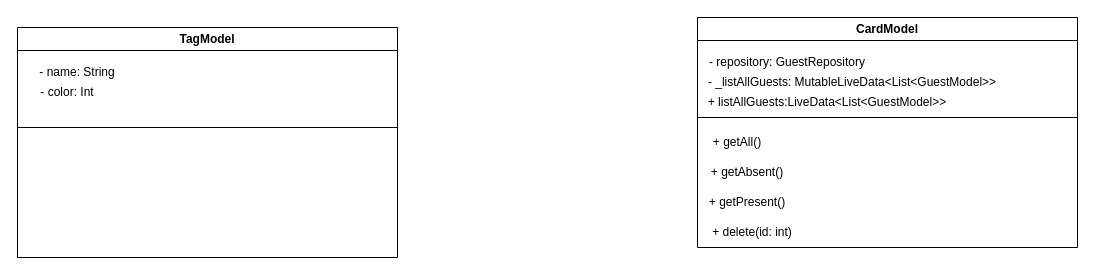
Earlier version of the draw.io diagram Diagrama sem nome.drawio (Carlosstorari/apiFinancas). Source tidied: cells renumbered, new cells numbered last; positions are measured from the earlier drawing's top-left corner, leaving out a move shared by most shapes. Both pictures are drawn from the tidied source at 100%, with x=0, y=0 at pixel (17, 17).
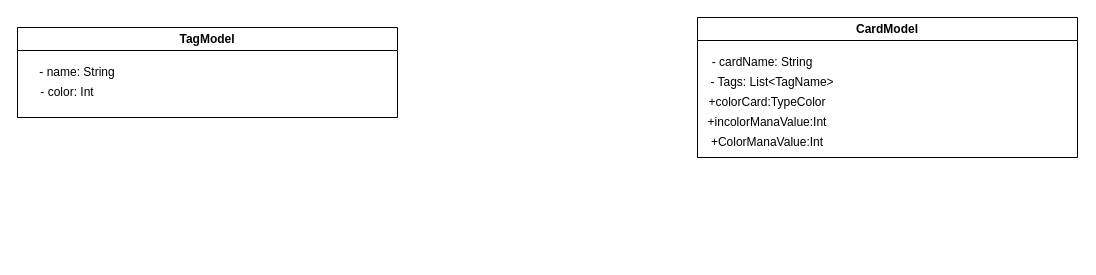
Above is the later version.

Change to the diagram source:
```diff
@@
 <mxGraphModel>
   <root>
     <mxCell id="0" />
     <mxCell id="1" parent="0" />
     <mxCell id="2" value="TagModel" style="swimlane;whiteSpace=wrap;html=1;" parent="1" vertex="1">
-      <mxGeometry y="10" width="380" height="230" as="geometry" />
+      <mxGeometry y="10" width="380" height="90" as="geometry" />
     </mxCell>
     <mxCell id="3" value="- name: String" style="text;html=1;strokeColor=none;fillColor=none;align=center;verticalAlign=middle;whiteSpace=wrap;rounded=0;" parent="2" vertex="1">
       <mxGeometry y="30" width="120" height="30" as="geometry" />
     </mxCell>
     <mxCell id="4" value="- color: Int" style="text;html=1;strokeColor=none;fillColor=none;align=center;verticalAlign=middle;whiteSpace=wrap;rounded=0;" parent="2" vertex="1">
       <mxGeometry y="50" width="100" height="30" as="geometry" />
     </mxCell>
-    <mxCell id="5" style="endArrow=none;html=1;rounded=0;exitX=0.037;exitY=1;exitDx=0;exitDy=0;exitPerimeter=0;" parent="1" edge="1">
-      <mxGeometry relative="1" as="geometry">
-        <mxPoint x="0.4" y="110" as="sourcePoint" />
-        <mxPoint x="380" y="110" as="targetPoint" />
-      </mxGeometry>
-    </mxCell>
     <mxCell id="6" value="CardModel" style="swimlane;whiteSpace=wrap;html=1;" parent="1" vertex="1">
-      <mxGeometry x="680" width="380" height="230" as="geometry" />
+      <mxGeometry x="680" width="380" height="140" as="geometry" />
     </mxCell>
-    <mxCell id="7" value="- repository: GuestRepository" style="text;html=1;strokeColor=none;fillColor=none;align=center;verticalAlign=middle;whiteSpace=wrap;rounded=0;" parent="6" vertex="1">
-      <mxGeometry y="30" width="180" height="30" as="geometry" />
+    <mxCell id="7" value="- cardName: String" style="text;html=1;strokeColor=none;fillColor=none;align=center;verticalAlign=middle;whiteSpace=wrap;rounded=0;" parent="6" vertex="1">
+      <mxGeometry y="30" width="130" height="30" as="geometry" />
     </mxCell>
-    <mxCell id="8" value="- _listAllGuests: MutableLiveData&amp;lt;List&amp;lt;GuestModel&amp;gt;&amp;gt;" style="text;html=1;strokeColor=none;fillColor=none;align=center;verticalAlign=middle;whiteSpace=wrap;rounded=0;" parent="6" vertex="1">
-      <mxGeometry y="50" width="310" height="30" as="geometry" />
+    <mxCell id="8" value="- Tags: List&amp;lt;TagName&amp;gt;" style="text;html=1;strokeColor=none;fillColor=none;align=center;verticalAlign=middle;whiteSpace=wrap;rounded=0;" parent="6" vertex="1">
+      <mxGeometry y="50" width="150" height="30" as="geometry" />
     </mxCell>
-    <mxCell id="9" value="+ listAllGuests:LiveData&amp;lt;List&amp;lt;GuestModel&amp;gt;&amp;gt;" style="text;html=1;strokeColor=none;fillColor=none;align=center;verticalAlign=middle;whiteSpace=wrap;rounded=0;" parent="6" vertex="1">
-      <mxGeometry x="-10" y="70" width="280" height="30" as="geometry" />
+    <mxCell id="9" value="+colorCard:TypeColor" style="text;html=1;strokeColor=none;fillColor=none;align=center;verticalAlign=middle;whiteSpace=wrap;rounded=0;" parent="6" vertex="1">
+      <mxGeometry x="-10" y="70" width="160" height="30" as="geometry" />
     </mxCell>
-    <mxCell id="10" value="+ getAll()" style="text;html=1;strokeColor=none;fillColor=none;align=center;verticalAlign=middle;whiteSpace=wrap;rounded=0;" parent="6" vertex="1">
-      <mxGeometry x="10" y="110" width="60" height="30" as="geometry" />
-    </mxCell>
-    <mxCell id="11" value="+ getAbsent()" style="text;html=1;strokeColor=none;fillColor=none;align=center;verticalAlign=middle;whiteSpace=wrap;rounded=0;" parent="6" vertex="1">
-      <mxGeometry x="10" y="140" width="80" height="30" as="geometry" />
-    </mxCell>
-    <mxCell id="12" value="+ getPresent()" style="text;html=1;strokeColor=none;fillColor=none;align=center;verticalAlign=middle;whiteSpace=wrap;rounded=0;" parent="6" vertex="1">
-      <mxGeometry x="10" y="170" width="80" height="30" as="geometry" />
-    </mxCell>
-    <mxCell id="13" value="+ delete(id: int)" style="text;html=1;strokeColor=none;fillColor=none;align=center;verticalAlign=middle;whiteSpace=wrap;rounded=0;" parent="6" vertex="1">
-      <mxGeometry x="10" y="200" width="90" height="30" as="geometry" />
-    </mxCell>
-    <mxCell id="14" style="endArrow=none;html=1;rounded=0;exitX=0.037;exitY=1;exitDx=0;exitDy=0;exitPerimeter=0;" parent="1" edge="1" source="9">
-      <mxGeometry relative="1" as="geometry">
-        <mxPoint x="1060" y="100" as="targetPoint" />
-      </mxGeometry>
-    </mxCell>
+    <mxCell id="15" value="+incolorManaValue:Int" style="text;html=1;strokeColor=none;fillColor=none;align=center;verticalAlign=middle;whiteSpace=wrap;rounded=0;" parent="6" vertex="1">
+      <mxGeometry y="90" width="140" height="30" as="geometry" />
+    </mxCell>
+    <mxCell id="16" value="+ColorManaValue:Int" style="text;html=1;strokeColor=none;fillColor=none;align=center;verticalAlign=middle;whiteSpace=wrap;rounded=0;" parent="6" vertex="1">
+      <mxGeometry y="110" width="140" height="30" as="geometry" />
+    </mxCell>
   </root>
 </mxGraphModel>
```
